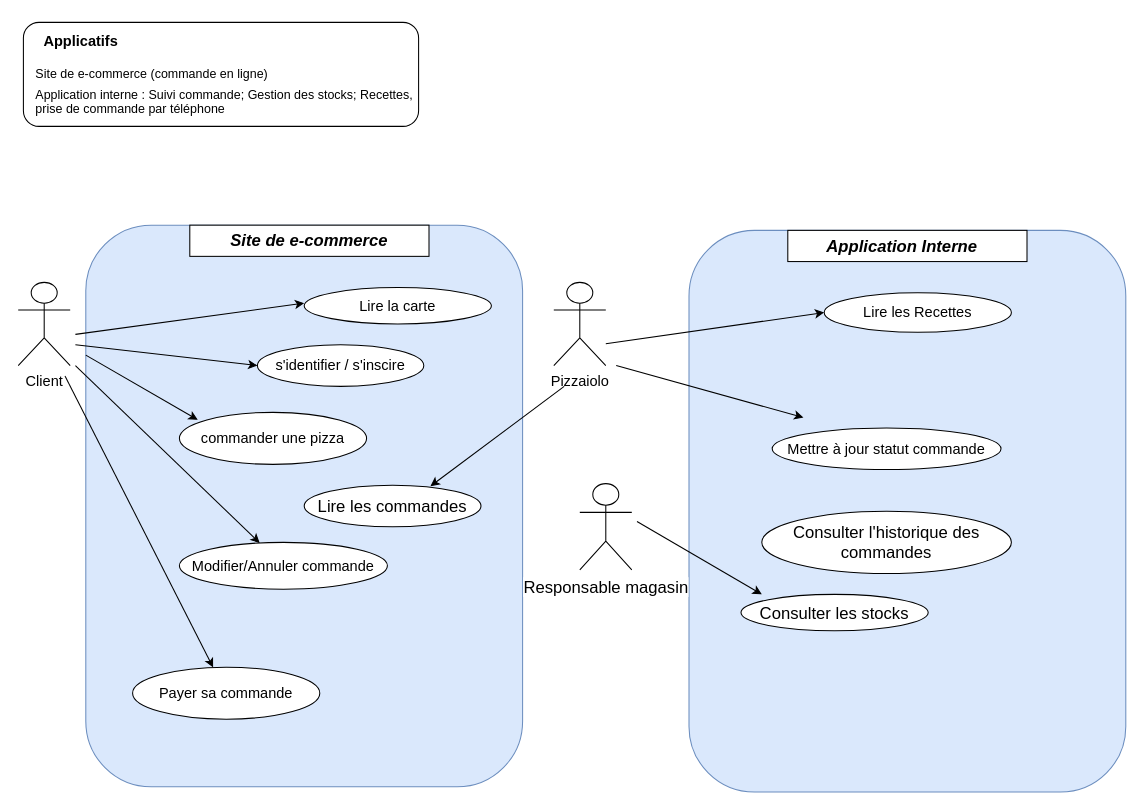
The draw.io diagram useCaseGeneral_P5.drawio in Ketut38/OC-P5-Pizza, before the edit. Source tidied: cells renumbered, new cells numbered last; positions are measured from the earlier drawing's top-left corner, leaving out a move shared by most shapes. Both pictures are drawn from the tidied source at 104%, with x=0, y=0 at pixel (18, 22).
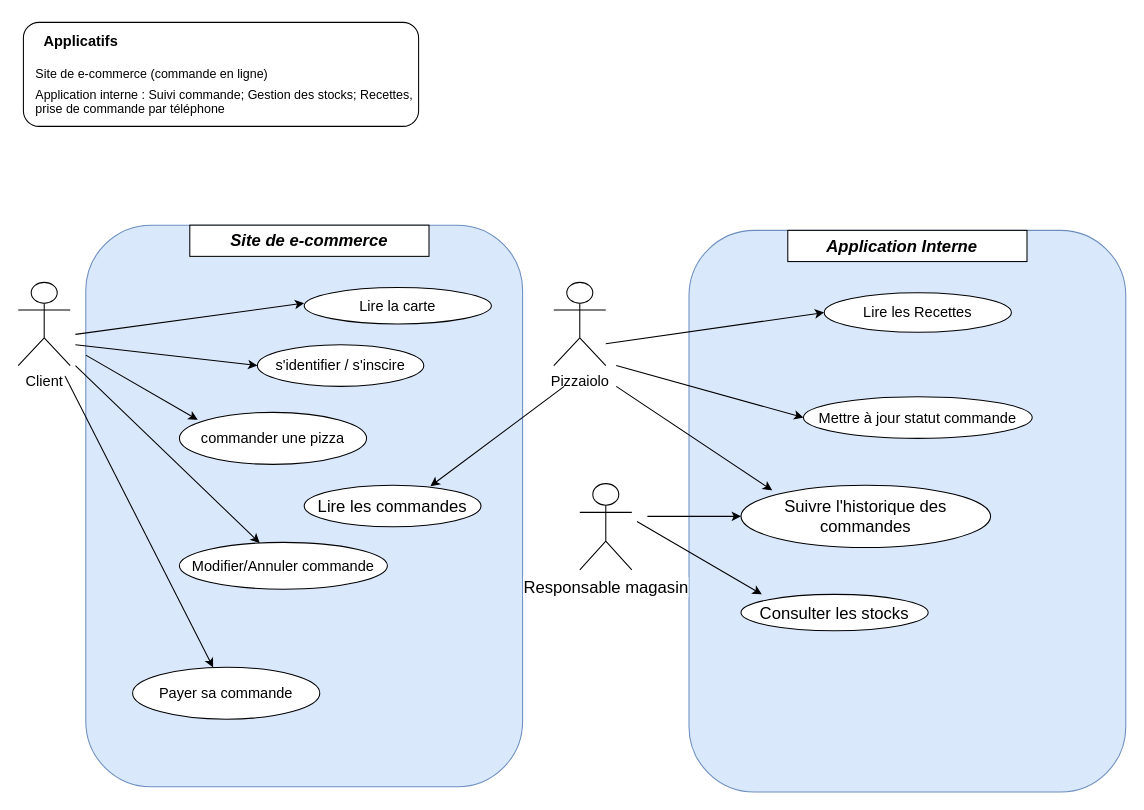
The same page after the edit.

Diff of the diagram source:
```diff
@@
     <mxCell id="31" value="&lt;font style=&quot;font-size: 14px&quot;&gt;Mettre à jour statut commande&lt;/font&gt;" style="ellipse;whiteSpace=wrap;html=1;fontSize=16;align=center;" parent="1" vertex="1">
-      <mxGeometry x="725" y="390" width="220" height="40" as="geometry" />
+      <mxGeometry x="755" y="360" width="220" height="40" as="geometry" />
     </mxCell>
@@
-    <mxCell id="34" value="Consulter l'historique des commandes" style="ellipse;whiteSpace=wrap;html=1;fontSize=16;align=center;" parent="1" vertex="1">
-      <mxGeometry x="715" y="470" width="240" height="60" as="geometry" />
+    <mxCell id="34" value="Suivre l'historique des commandes" style="ellipse;whiteSpace=wrap;html=1;fontSize=16;align=center;" parent="1" vertex="1">
+      <mxGeometry x="695" y="445" width="240" height="60" as="geometry" />
     </mxCell>
+    <mxCell id="35" style="endArrow=classic;html=1;fontSize=16;" parent="1" edge="1">
+      <mxGeometry relative="1" as="geometry">
+        <mxPoint x="575" y="350" as="sourcePoint" />
+        <mxPoint x="725" y="450" as="targetPoint" />
+      </mxGeometry>
+    </mxCell>
+    <mxCell id="36" style="endArrow=classic;html=1;fontSize=16;" parent="1" edge="1">
+      <mxGeometry relative="1" as="geometry">
+        <mxPoint x="605" y="475" as="sourcePoint" />
+        <mxPoint x="695" y="475" as="targetPoint" />
+      </mxGeometry>
+    </mxCell>
```
